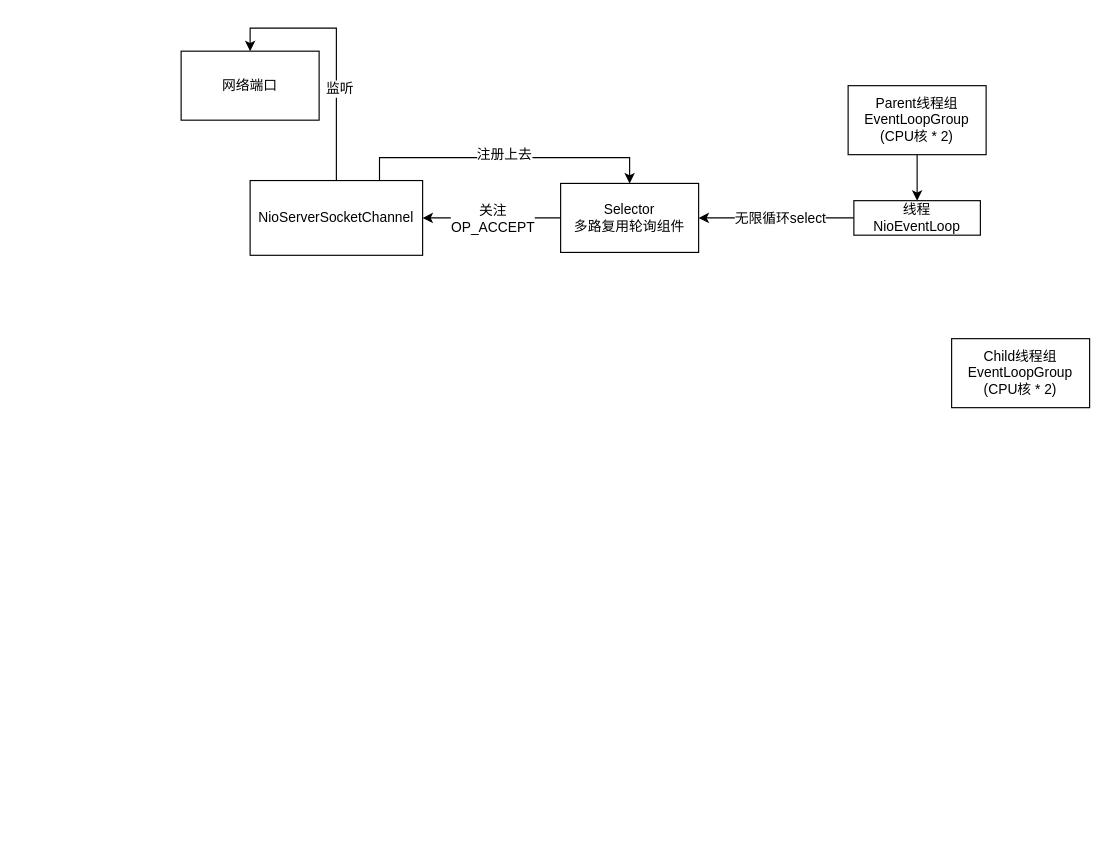
Above: IO/05_Netty源码架构.drawio in chenshuai1995/a-imgs (draw.io), before the change. Source tidied: cells renumbered, new cells numbered last; positions are measured from the earlier drawing's top-left corner, leaving out a move shared by most shapes. Both pictures are drawn from the tidied source at 115%, with x=0, y=0 at pixel (181, 28).
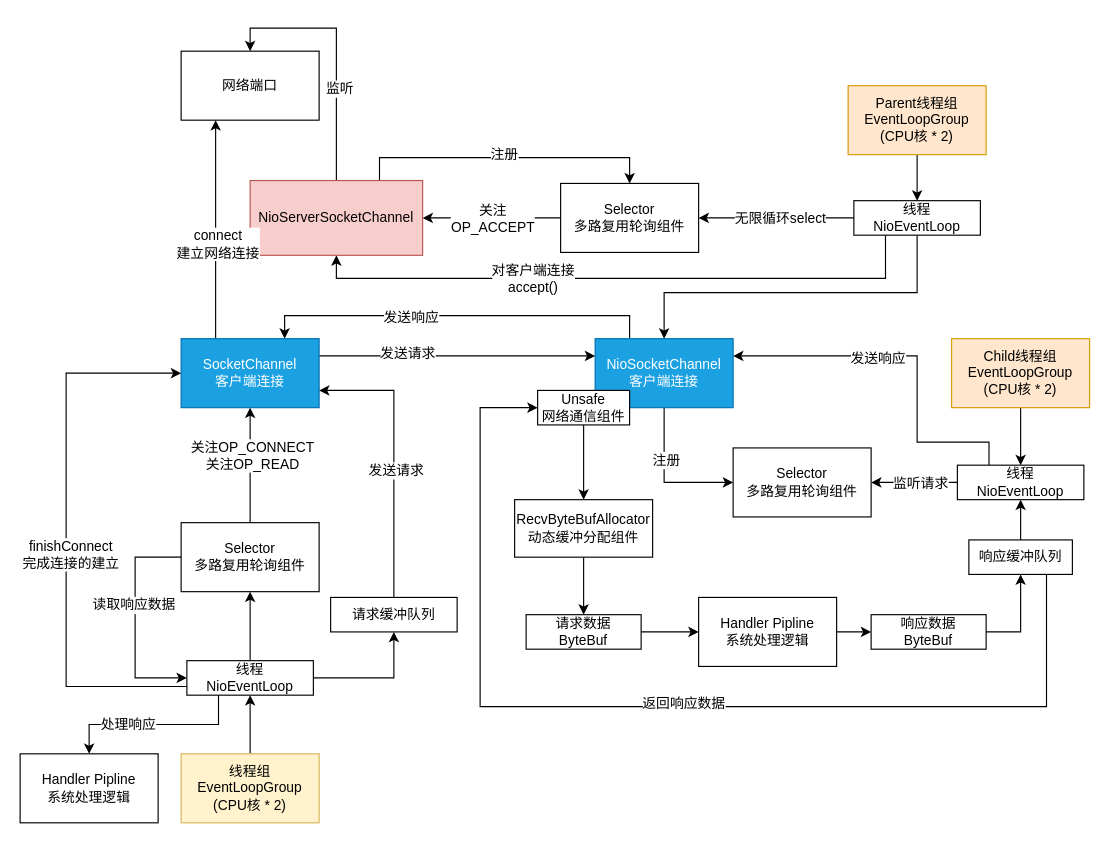
The same page after the edit.

Commit message (it also covers changes not shown here):
更新05_Netty源码架构.drawio

The change refers to these unchanged cells:
```xml
<mxCell id="7" value="线程&lt;br&gt;NioEventLoop" style="rounded=0;whiteSpace=wrap;html=1;" parent="1" vertex="1">
  <mxGeometry x="585" y="150" width="110" height="30" as="geometry" />
</mxCell>
<mxCell id="13" style="edgeStyle=orthogonalEdgeStyle;rounded=0;jettySize=auto;html=1;exitX=0.75;exitY=0;exitDx=0;exitDy=0;entryX=0.5;entryY=0;entryDx=0;entryDy=0;" parent="1" edge="1" source="15" target="10">
  <mxGeometry relative="1" as="geometry" />
</mxCell>
<mxCell id="16" value="网络端口" style="rounded=0;whiteSpace=wrap;html=1;" parent="1" vertex="1">
  <mxGeometry y="20" width="120" height="60" as="geometry" />
</mxCell>
```

What changed in the source:
```diff
@@
-    <mxCell id="3" value="Parent线程组&lt;br&gt;EventLoopGroup&lt;br&gt;(CPU核 * 2)" style="rounded=0;whiteSpace=wrap;html=1;" parent="1" vertex="1">
+    <mxCell id="3" value="Parent线程组&lt;br&gt;EventLoopGroup&lt;br&gt;(CPU核 * 2)" style="rounded=0;whiteSpace=wrap;html=1;fillColor=#ffe6cc;strokeColor=#d79b00;" parent="1" vertex="1">
       <mxGeometry x="580" y="50" width="120" height="60" as="geometry" />
     </mxCell>
+    <mxCell id="17" style="edgeStyle=orthogonalEdgeStyle;rounded=0;jettySize=auto;html=1;entryX=0.5;entryY=0;entryDx=0;entryDy=0;" parent="1" edge="1" source="4" target="25">
+      <mxGeometry relative="1" as="geometry" />
+    </mxCell>
-    <mxCell id="4" value="Child线程组&lt;br&gt;EventLoopGroup&lt;br&gt;(CPU核 * 2)" style="rounded=0;whiteSpace=wrap;html=1;" parent="1" vertex="1">
+    <mxCell id="4" value="Child线程组&lt;br&gt;EventLoopGroup&lt;br&gt;(CPU核 * 2)" style="rounded=0;whiteSpace=wrap;html=1;fillColor=#ffe6cc;strokeColor=#d79b00;" parent="1" vertex="1">
       <mxGeometry x="670" y="270" width="120" height="60" as="geometry" />
     </mxCell>
@@
+    <mxCell id="18" style="edgeStyle=orthogonalEdgeStyle;rounded=0;jettySize=auto;html=1;" parent="1" edge="1" source="7" target="31">
+      <mxGeometry relative="1" as="geometry">
+        <Array as="points">
+          <mxPoint x="640" y="230" />
+          <mxPoint x="420" y="230" />
+        </Array>
+      </mxGeometry>
+    </mxCell>
+    <mxCell id="19" style="edgeStyle=orthogonalEdgeStyle;rounded=0;jettySize=auto;html=1;exitX=0.25;exitY=1;exitDx=0;exitDy=0;entryX=0.5;entryY=1;entryDx=0;entryDy=0;" parent="1" edge="1" source="7" target="15">
+      <mxGeometry relative="1" as="geometry" />
+    </mxCell>
+    <mxCell id="20" value="对客户端连接&lt;br&gt;accept()" style="text;html=1;align=center;verticalAlign=middle;labelBackgroundColor=#ffffff;" parent="19" vertex="1">
+      <mxGeometry x="0.29" relative="1" as="geometry" />
+    </mxCell>
@@
-    <mxCell id="14" value="注册上去" style="text;html=1;align=center;verticalAlign=middle;labelBackgroundColor=#ffffff;" parent="13" vertex="1">
+    <mxCell id="14" value="注册" style="text;html=1;align=center;verticalAlign=middle;labelBackgroundColor=#ffffff;" parent="13" vertex="1">
       <mxGeometry x="-0.18" y="3" relative="1" as="geometry">
         <mxPoint x="21" as="offset" />
       </mxGeometry>
     </mxCell>
-    <mxCell id="15" value="NioServerSocketChannel" style="rounded=0;whiteSpace=wrap;html=1;" parent="1" vertex="1">
+    <mxCell id="15" value="NioServerSocketChannel" style="rounded=0;whiteSpace=wrap;html=1;fillColor=#f8cecc;strokeColor=#b85450;" parent="1" vertex="1">
       <mxGeometry x="60" y="132.5" width="150" height="65" as="geometry" />
     </mxCell>
@@
+    <mxCell id="21" style="edgeStyle=orthogonalEdgeStyle;rounded=0;jettySize=auto;html=1;" parent="1" edge="1" source="25" target="26">
+      <mxGeometry relative="1" as="geometry" />
+    </mxCell>
+    <mxCell id="22" value="监听请求" style="text;html=1;align=center;verticalAlign=middle;labelBackgroundColor=#ffffff;" parent="21" vertex="1">
+      <mxGeometry x="-0.13" relative="1" as="geometry" />
+    </mxCell>
+    <mxCell id="23" style="edgeStyle=orthogonalEdgeStyle;rounded=0;jettySize=auto;html=1;exitX=0.25;exitY=0;exitDx=0;exitDy=0;entryX=1;entryY=0.25;entryDx=0;entryDy=0;" parent="1" edge="1" source="25" target="31">
+      <mxGeometry relative="1" as="geometry">
+        <Array as="points">
+          <mxPoint x="703" y="360" />
+          <mxPoint x="640" y="360" />
+          <mxPoint x="640" y="285" />
+        </Array>
+      </mxGeometry>
+    </mxCell>
+    <mxCell id="24" value="发送响应" style="text;html=1;align=center;verticalAlign=middle;labelBackgroundColor=#ffffff;" parent="23" vertex="1">
+      <mxGeometry x="0.21" y="2" relative="1" as="geometry" />
+    </mxCell>
+    <mxCell id="25" value="线程&lt;br&gt;NioEventLoop" style="rounded=0;whiteSpace=wrap;html=1;" parent="1" vertex="1">
+      <mxGeometry x="675" y="380" width="110" height="30" as="geometry" />
+    </mxCell>
+    <mxCell id="26" value="Selector&lt;br&gt;多路复用轮询组件" style="rounded=0;whiteSpace=wrap;html=1;" parent="1" vertex="1">
+      <mxGeometry x="480" y="365" width="120" height="60" as="geometry" />
+    </mxCell>
+    <mxCell id="27" style="edgeStyle=orthogonalEdgeStyle;rounded=0;jettySize=auto;html=1;entryX=0;entryY=0.5;entryDx=0;entryDy=0;" parent="1" edge="1" source="31" target="26">
+      <mxGeometry relative="1" as="geometry">
+        <Array as="points">
+          <mxPoint x="420" y="395" />
+        </Array>
+      </mxGeometry>
+    </mxCell>
+    <mxCell id="28" value="注册" style="text;html=1;align=center;verticalAlign=middle;labelBackgroundColor=#ffffff;" parent="27" vertex="1">
+      <mxGeometry x="-0.28" y="1" relative="1" as="geometry" />
+    </mxCell>
+    <mxCell id="29" style="edgeStyle=orthogonalEdgeStyle;rounded=0;jettySize=auto;html=1;exitX=0.25;exitY=0;exitDx=0;exitDy=0;entryX=0.75;entryY=0;entryDx=0;entryDy=0;" parent="1" edge="1" source="31" target="50">
+      <mxGeometry relative="1" as="geometry" />
+    </mxCell>
+    <mxCell id="30" value="发送响应" style="text;html=1;align=center;verticalAlign=middle;labelBackgroundColor=#ffffff;" parent="29" vertex="1">
+      <mxGeometry x="0.24" y="1" relative="1" as="geometry" />
+    </mxCell>
+    <mxCell id="31" value="NioSocketChannel&lt;br&gt;客户端连接" style="rounded=0;whiteSpace=wrap;html=1;fillColor=#1ba1e2;strokeColor=#006EAF;fontColor=#ffffff;" parent="1" vertex="1">
+      <mxGeometry x="360" y="270" width="120" height="60" as="geometry" />
+    </mxCell>
+    <mxCell id="32" style="edgeStyle=orthogonalEdgeStyle;rounded=0;jettySize=auto;html=1;entryX=0.5;entryY=0;entryDx=0;entryDy=0;" parent="1" edge="1" source="33" target="35">
+      <mxGeometry relative="1" as="geometry" />
+    </mxCell>
+    <mxCell id="33" value="Unsafe&lt;br&gt;网络通信组件" style="rounded=0;whiteSpace=wrap;html=1;" parent="1" vertex="1">
+      <mxGeometry x="310" y="315" width="80" height="30" as="geometry" />
+    </mxCell>
+    <mxCell id="34" style="edgeStyle=orthogonalEdgeStyle;rounded=0;jettySize=auto;html=1;entryX=0.5;entryY=0;entryDx=0;entryDy=0;" parent="1" edge="1" source="35" target="37">
+      <mxGeometry relative="1" as="geometry" />
+    </mxCell>
+    <mxCell id="35" value="RecvByteBufAllocator&lt;br&gt;动态缓冲分配组件" style="rounded=0;whiteSpace=wrap;html=1;" parent="1" vertex="1">
+      <mxGeometry x="290" y="410" width="120" height="50" as="geometry" />
+    </mxCell>
+    <mxCell id="36" style="edgeStyle=orthogonalEdgeStyle;rounded=0;jettySize=auto;html=1;" parent="1" edge="1" source="37" target="39">
+      <mxGeometry relative="1" as="geometry" />
+    </mxCell>
+    <mxCell id="37" value="请求数据&lt;br&gt;ByteBuf" style="rounded=0;whiteSpace=wrap;html=1;" parent="1" vertex="1">
+      <mxGeometry x="300" y="510" width="100" height="30" as="geometry" />
+    </mxCell>
+    <mxCell id="38" style="edgeStyle=orthogonalEdgeStyle;rounded=0;jettySize=auto;html=1;entryX=0;entryY=0.5;entryDx=0;entryDy=0;" parent="1" edge="1" source="39" target="41">
+      <mxGeometry relative="1" as="geometry" />
+    </mxCell>
+    <mxCell id="39" value="Handler Pipline&lt;br&gt;系统处理逻辑" style="rounded=0;whiteSpace=wrap;html=1;" parent="1" vertex="1">
+      <mxGeometry x="450" y="495" width="120" height="60" as="geometry" />
+    </mxCell>
+    <mxCell id="40" style="edgeStyle=orthogonalEdgeStyle;rounded=0;jettySize=auto;html=1;entryX=0.5;entryY=1;entryDx=0;entryDy=0;" parent="1" edge="1" source="41" target="45">
+      <mxGeometry relative="1" as="geometry">
+        <Array as="points">
+          <mxPoint x="730" y="525" />
+        </Array>
+      </mxGeometry>
+    </mxCell>
+    <mxCell id="41" value="响应数据&lt;br&gt;ByteBuf" style="rounded=0;whiteSpace=wrap;html=1;" parent="1" vertex="1">
+      <mxGeometry x="600" y="510" width="100" height="30" as="geometry" />
+    </mxCell>
+    <mxCell id="42" style="edgeStyle=orthogonalEdgeStyle;rounded=0;jettySize=auto;html=1;exitX=0.5;exitY=0;exitDx=0;exitDy=0;entryX=0.5;entryY=1;entryDx=0;entryDy=0;" parent="1" edge="1" source="45" target="25">
+      <mxGeometry relative="1" as="geometry" />
+    </mxCell>
+    <mxCell id="43" style="edgeStyle=orthogonalEdgeStyle;rounded=0;jettySize=auto;html=1;exitX=0.75;exitY=1;exitDx=0;exitDy=0;entryX=0;entryY=0.5;entryDx=0;entryDy=0;" parent="1" edge="1" source="45" target="33">
+      <mxGeometry relative="1" as="geometry">
+        <Array as="points">
+          <mxPoint x="753" y="590" />
+          <mxPoint x="260" y="590" />
+          <mxPoint x="260" y="330" />
+        </Array>
+      </mxGeometry>
+    </mxCell>
+    <mxCell id="44" value="返回响应数据" style="text;html=1;align=center;verticalAlign=middle;labelBackgroundColor=#ffffff;" parent="43" vertex="1">
+      <mxGeometry x="-0.06" y="-3" relative="1" as="geometry" />
+    </mxCell>
+    <mxCell id="45" value="响应缓冲队列" style="rounded=0;whiteSpace=wrap;html=1;" parent="1" vertex="1">
+      <mxGeometry x="685" y="445" width="90" height="30" as="geometry" />
+    </mxCell>
+    <mxCell id="46" style="edgeStyle=orthogonalEdgeStyle;rounded=0;jettySize=auto;html=1;exitX=0.25;exitY=0;exitDx=0;exitDy=0;entryX=0.25;entryY=1;entryDx=0;entryDy=0;" parent="1" edge="1" source="50" target="16">
+      <mxGeometry relative="1" as="geometry" />
+    </mxCell>
+    <mxCell id="47" value="connect&lt;br&gt;建立网络连接" style="text;html=1;align=center;verticalAlign=middle;labelBackgroundColor=#ffffff;" parent="46" vertex="1">
+      <mxGeometry x="-0.13" y="-1" relative="1" as="geometry" />
+    </mxCell>
+    <mxCell id="48" style="edgeStyle=orthogonalEdgeStyle;rounded=0;jettySize=auto;html=1;exitX=1;exitY=0.25;exitDx=0;exitDy=0;entryX=0;entryY=0.25;entryDx=0;entryDy=0;" parent="1" edge="1" source="50" target="31">
+      <mxGeometry relative="1" as="geometry" />
+    </mxCell>
+    <mxCell id="49" value="发送请求" style="text;html=1;align=center;verticalAlign=middle;labelBackgroundColor=#ffffff;" parent="48" vertex="1">
+      <mxGeometry x="-0.37" y="3" relative="1" as="geometry" />
+    </mxCell>
+    <mxCell id="50" value="SocketChannel&lt;br&gt;客户端连接" style="rounded=0;whiteSpace=wrap;html=1;fillColor=#1ba1e2;strokeColor=#006EAF;fontColor=#ffffff;" parent="1" vertex="1">
+      <mxGeometry y="270" width="120" height="60" as="geometry" />
+    </mxCell>
+    <mxCell id="51" style="edgeStyle=orthogonalEdgeStyle;rounded=0;jettySize=auto;html=1;entryX=0.5;entryY=1;entryDx=0;entryDy=0;" parent="1" edge="1" source="55" target="50">
+      <mxGeometry relative="1" as="geometry" />
+    </mxCell>
+    <mxCell id="52" value="关注OP_CONNECT&lt;br&gt;关注OP_READ" style="text;html=1;align=center;verticalAlign=middle;labelBackgroundColor=#ffffff;" parent="51" vertex="1">
+      <mxGeometry x="0.17" y="-1" relative="1" as="geometry" />
+    </mxCell>
+    <mxCell id="53" style="edgeStyle=orthogonalEdgeStyle;rounded=0;jettySize=auto;html=1;entryX=0;entryY=0.5;entryDx=0;entryDy=0;" parent="1" edge="1" source="55" target="62">
+      <mxGeometry relative="1" as="geometry">
+        <Array as="points">
+          <mxPoint x="-40" y="460" />
+          <mxPoint x="-40" y="565" />
+        </Array>
+      </mxGeometry>
+    </mxCell>
+    <mxCell id="54" value="读取响应数据" style="text;html=1;align=center;verticalAlign=middle;labelBackgroundColor=#ffffff;" parent="53" vertex="1">
+      <mxGeometry x="-0.15" y="-2" relative="1" as="geometry" />
+    </mxCell>
+    <mxCell id="55" value="Selector&lt;br&gt;多路复用轮询组件" style="rounded=0;whiteSpace=wrap;html=1;" parent="1" vertex="1">
+      <mxGeometry y="430" width="120" height="60" as="geometry" />
+    </mxCell>
+    <mxCell id="56" style="edgeStyle=orthogonalEdgeStyle;rounded=0;jettySize=auto;html=1;entryX=0.5;entryY=1;entryDx=0;entryDy=0;" parent="1" edge="1" source="62" target="55">
+      <mxGeometry relative="1" as="geometry" />
+    </mxCell>
+    <mxCell id="57" style="edgeStyle=orthogonalEdgeStyle;rounded=0;jettySize=auto;html=1;entryX=0.5;entryY=1;entryDx=0;entryDy=0;" parent="1" edge="1" source="62" target="67">
+      <mxGeometry relative="1" as="geometry" />
+    </mxCell>
+    <mxCell id="58" style="edgeStyle=orthogonalEdgeStyle;rounded=0;jettySize=auto;html=1;exitX=0.25;exitY=1;exitDx=0;exitDy=0;" parent="1" edge="1" source="62" target="68">
+      <mxGeometry relative="1" as="geometry" />
+    </mxCell>
+    <mxCell id="59" value="处理响应" style="text;html=1;align=center;verticalAlign=middle;labelBackgroundColor=#ffffff;" parent="58" vertex="1">
+      <mxGeometry x="0.28" relative="1" as="geometry" />
+    </mxCell>
+    <mxCell id="60" style="edgeStyle=orthogonalEdgeStyle;rounded=0;jettySize=auto;html=1;exitX=0;exitY=0.75;exitDx=0;exitDy=0;entryX=0;entryY=0.5;entryDx=0;entryDy=0;" parent="1" edge="1" source="62" target="50">
+      <mxGeometry relative="1" as="geometry">
+        <Array as="points">
+          <mxPoint x="-100" y="573" />
+          <mxPoint x="-100" y="300" />
+        </Array>
+      </mxGeometry>
+    </mxCell>
+    <mxCell id="61" value="finishConnect&lt;br&gt;完成连接的建立" style="text;html=1;align=center;verticalAlign=middle;labelBackgroundColor=#ffffff;" parent="60" vertex="1">
+      <mxGeometry x="-0.08" y="-3" relative="1" as="geometry" />
+    </mxCell>
+    <mxCell id="62" value="线程&lt;br&gt;NioEventLoop" style="rounded=0;whiteSpace=wrap;html=1;" parent="1" vertex="1">
+      <mxGeometry x="5" y="550" width="110" height="30" as="geometry" />
+    </mxCell>
+    <mxCell id="63" style="edgeStyle=orthogonalEdgeStyle;rounded=0;jettySize=auto;html=1;entryX=0.5;entryY=1;entryDx=0;entryDy=0;" parent="1" edge="1" source="64" target="62">
+      <mxGeometry relative="1" as="geometry" />
+    </mxCell>
+    <mxCell id="64" value="线程组&lt;br&gt;EventLoopGroup&lt;br&gt;(CPU核 * 2)" style="rounded=0;whiteSpace=wrap;html=1;fillColor=#fff2cc;strokeColor=#d6b656;" parent="1" vertex="1">
+      <mxGeometry y="631" width="120" height="60" as="geometry" />
+    </mxCell>
+    <mxCell id="65" style="edgeStyle=orthogonalEdgeStyle;rounded=0;jettySize=auto;html=1;entryX=1;entryY=0.75;entryDx=0;entryDy=0;" parent="1" edge="1" source="67" target="50">
+      <mxGeometry relative="1" as="geometry">
+        <Array as="points">
+          <mxPoint x="185" y="315" />
+        </Array>
+      </mxGeometry>
+    </mxCell>
+    <mxCell id="66" value="发送请求" style="text;html=1;align=center;verticalAlign=middle;labelBackgroundColor=#ffffff;" parent="65" vertex="1">
+      <mxGeometry x="-0.09" y="-1" relative="1" as="geometry" />
+    </mxCell>
+    <mxCell id="67" value="请求缓冲队列" style="rounded=0;whiteSpace=wrap;html=1;" parent="1" vertex="1">
+      <mxGeometry x="130" y="495" width="110" height="30" as="geometry" />
+    </mxCell>
+    <mxCell id="68" value="Handler Pipline&lt;br&gt;系统处理逻辑" style="rounded=0;whiteSpace=wrap;html=1;" parent="1" vertex="1">
+      <mxGeometry x="-140" y="631" width="120" height="60" as="geometry" />
+    </mxCell>
```
